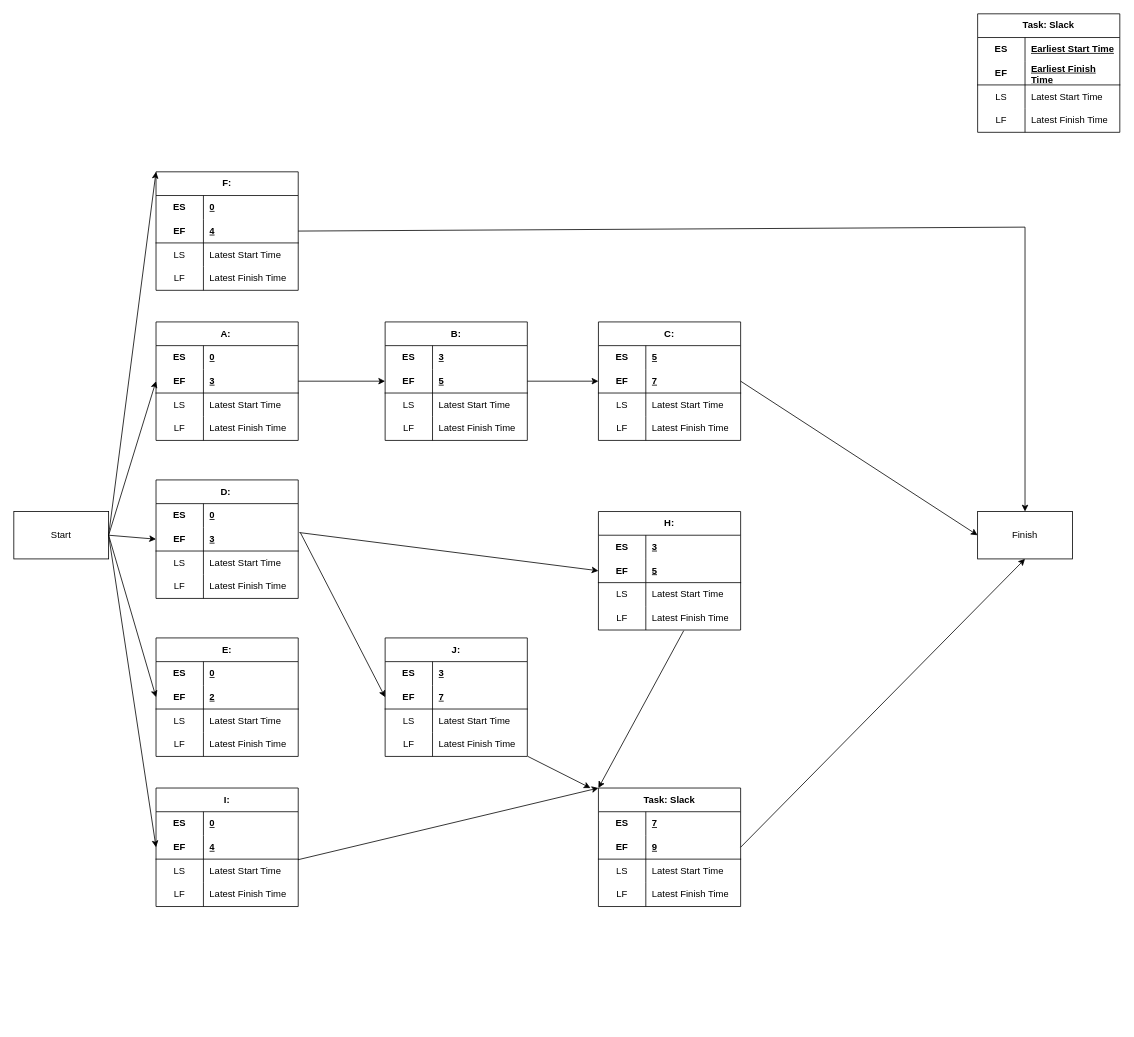
The draw.io diagram schedule.drawio in lushihui51/309_MiniGames, before the edit. Source tidied: cells renumbered, new cells numbered last; positions are measured from the earlier drawing's top-left corner, leaving out a move shared by most shapes. Both pictures are drawn from the tidied source at 79%, with x=0, y=0 at pixel (13, 13).
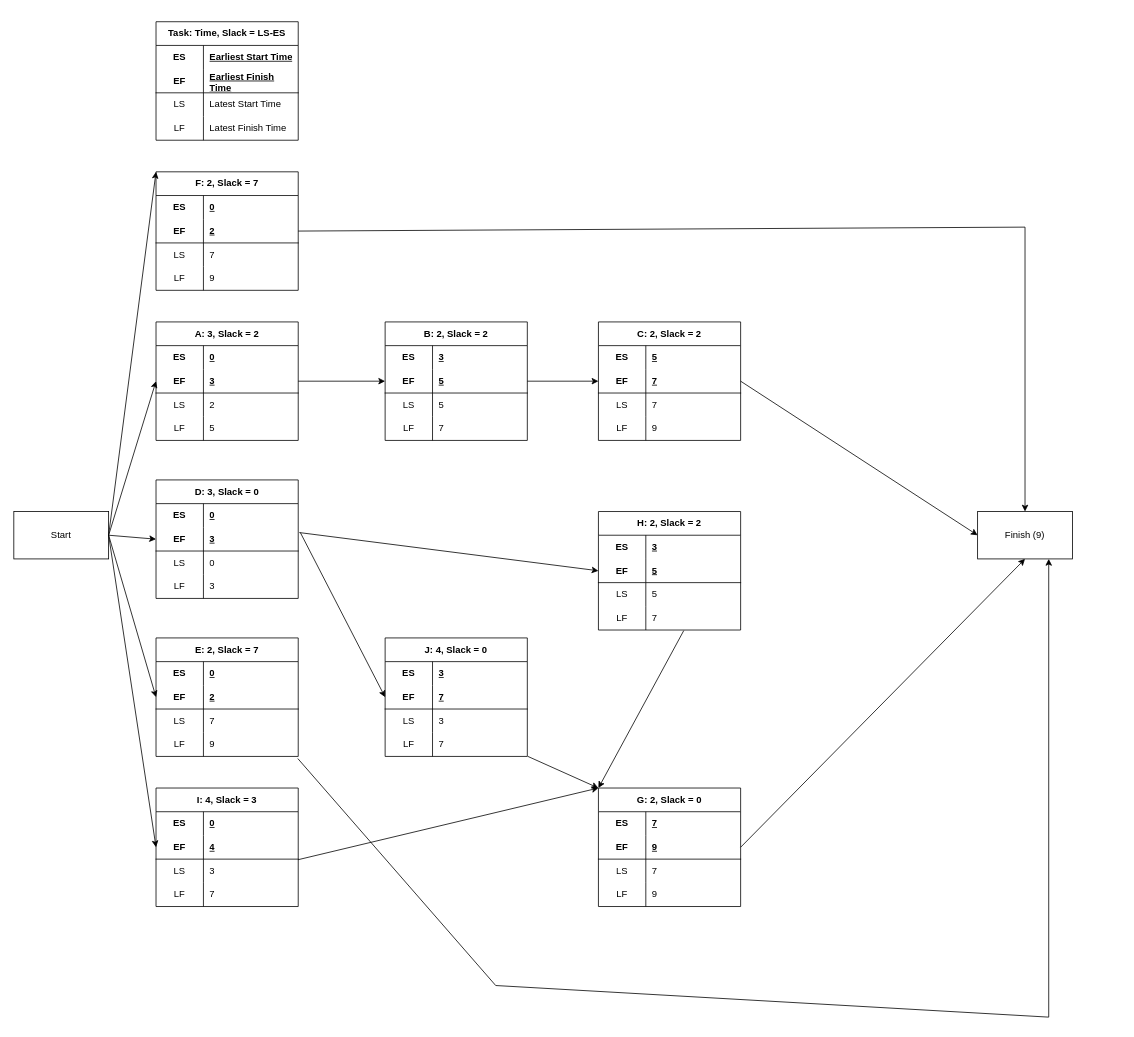
After the change.

Unchanged cells that the change refers to:
```xml
<mxCell id="23" style="shape=tableRow;horizontal=0;startSize=0;swimlaneHead=0;swimlaneBody=0;fillColor=none;top=0;left=0;right=0;bottom=0;html=1;" parent="16" vertex="1">
  <mxGeometry y="90" width="180" height="30" as="geometry" />
</mxCell>
<mxCell id="26" style="shape=tableRow;horizontal=0;startSize=0;swimlaneHead=0;swimlaneBody=0;fillColor=none;top=0;left=0;right=0;bottom=0;html=1;" parent="16" vertex="1">
  <mxGeometry y="120" width="180" height="30" as="geometry" />
</mxCell>
<mxCell id="36" style="shape=tableRow;horizontal=0;startSize=0;swimlaneHead=0;swimlaneBody=0;fillColor=none;top=0;left=0;right=0;bottom=0;html=1;" parent="29" vertex="1">
  <mxGeometry y="90" width="180" height="30" as="geometry" />
</mxCell>
<mxCell id="39" style="shape=tableRow;horizontal=0;startSize=0;swimlaneHead=0;swimlaneBody=0;fillColor=none;top=0;left=0;right=0;bottom=0;html=1;" parent="29" vertex="1">
  <mxGeometry y="120" width="180" height="30" as="geometry" />
</mxCell>
<mxCell id="49" style="shape=tableRow;horizontal=0;startSize=0;swimlaneHead=0;swimlaneBody=0;fillColor=none;top=0;left=0;right=0;bottom=0;html=1;" parent="42" vertex="1">
  <mxGeometry y="90" width="180" height="30" as="geometry" />
</mxCell>
<mxCell id="52" style="shape=tableRow;horizontal=0;startSize=0;swimlaneHead=0;swimlaneBody=0;fillColor=none;points=[[0,0.5],[1,0.5]];portConstraint=eastwest;top=0;left=0;right=0;bottom=0;html=1;" parent="42" vertex="1">
  <mxGeometry y="120" width="180" height="30" as="geometry" />
</mxCell>
<mxCell id="59" style="shape=tableRow;horizontal=0;startSize=0;swimlaneHead=0;swimlaneBody=0;fillColor=none;points=[[0,0.5],[1,0.5]];portConstraint=eastwest;top=0;left=0;right=0;bottom=1;html=1;" parent="55" vertex="1">
  <mxGeometry y="60" width="180" height="30" as="geometry" />
</mxCell>
<mxCell id="62" style="shape=tableRow;horizontal=0;startSize=0;swimlaneHead=0;swimlaneBody=0;fillColor=none;top=0;left=0;right=0;bottom=0;html=1;" parent="55" vertex="1">
  <mxGeometry y="90" width="180" height="30" as="geometry" />
</mxCell>
<mxCell id="65" style="shape=tableRow;horizontal=0;startSize=0;swimlaneHead=0;swimlaneBody=0;fillColor=none;top=0;left=0;right=0;bottom=0;html=1;" parent="55" vertex="1">
  <mxGeometry y="120" width="180" height="30" as="geometry" />
</mxCell>
<mxCell id="75" style="shape=tableRow;horizontal=0;startSize=0;swimlaneHead=0;swimlaneBody=0;fillColor=none;top=0;left=0;right=0;bottom=0;html=1;" parent="68" vertex="1">
  <mxGeometry y="90" width="180" height="30" as="geometry" />
</mxCell>
<mxCell id="78" style="shape=tableRow;horizontal=0;startSize=0;swimlaneHead=0;swimlaneBody=0;fillColor=none;top=0;left=0;right=0;bottom=0;html=1;" parent="68" vertex="1">
  <mxGeometry y="120" width="180" height="30" as="geometry" />
</mxCell>
<mxCell id="93" style="shape=tableRow;horizontal=0;startSize=0;swimlaneHead=0;swimlaneBody=0;fillColor=none;top=0;left=0;right=0;bottom=0;html=1;" parent="86" vertex="1">
  <mxGeometry y="90" width="180" height="30" as="geometry" />
</mxCell>
<mxCell id="96" style="shape=tableRow;horizontal=0;startSize=0;swimlaneHead=0;swimlaneBody=0;fillColor=none;top=0;left=0;right=0;bottom=0;html=1;" parent="86" vertex="1">
  <mxGeometry y="120" width="180" height="30" as="geometry" />
</mxCell>
<mxCell id="106" style="shape=tableRow;horizontal=0;startSize=0;swimlaneHead=0;swimlaneBody=0;fillColor=none;top=0;left=0;right=0;bottom=0;html=1;" parent="99" vertex="1">
  <mxGeometry y="90" width="180" height="30" as="geometry" />
</mxCell>
<mxCell id="109" style="shape=tableRow;horizontal=0;startSize=0;swimlaneHead=0;swimlaneBody=0;fillColor=none;top=0;left=0;right=0;bottom=0;html=1;" parent="99" vertex="1">
  <mxGeometry y="120" width="180" height="30" as="geometry" />
</mxCell>
<mxCell id="121" style="shape=tableRow;horizontal=0;startSize=0;swimlaneHead=0;swimlaneBody=0;fillColor=none;top=0;left=0;right=0;bottom=0;html=1;" parent="114" vertex="1">
  <mxGeometry y="90" width="180" height="30" as="geometry" />
</mxCell>
<mxCell id="124" style="shape=tableRow;horizontal=0;startSize=0;swimlaneHead=0;swimlaneBody=0;fillColor=none;points=[[0,0.5],[1,0.5]];portConstraint=eastwest;top=0;left=0;right=0;bottom=0;html=1;" parent="114" vertex="1">
  <mxGeometry y="120" width="180" height="30" as="geometry" />
</mxCell>
<mxCell id="134" style="shape=tableRow;horizontal=0;startSize=0;swimlaneHead=0;swimlaneBody=0;fillColor=none;top=0;left=0;right=0;bottom=0;html=1;" parent="127" vertex="1">
  <mxGeometry y="90" width="180" height="30" as="geometry" />
</mxCell>
<mxCell id="137" style="shape=tableRow;horizontal=0;startSize=0;swimlaneHead=0;swimlaneBody=0;fillColor=none;points=[[0,0.5],[1,0.5]];portConstraint=eastwest;top=0;left=0;right=0;bottom=0;html=1;" parent="127" vertex="1">
  <mxGeometry y="120" width="180" height="30" as="geometry" />
</mxCell>
<mxCell id="149" style="shape=tableRow;horizontal=0;startSize=0;swimlaneHead=0;swimlaneBody=0;fillColor=none;top=0;left=0;right=0;bottom=0;html=1;" parent="142" vertex="1">
  <mxGeometry y="90" width="180" height="30" as="geometry" />
</mxCell>
<mxCell id="152" style="shape=tableRow;horizontal=0;startSize=0;swimlaneHead=0;swimlaneBody=0;fillColor=none;top=0;left=0;right=0;bottom=0;html=1;" parent="142" vertex="1">
  <mxGeometry y="120" width="180" height="30" as="geometry" />
</mxCell>
```

What changed in the source:
```diff
@@
-    <mxCell id="3" value="Task: Slack" style="shape=table;startSize=30;childLayout=tableLayout;rowLines=0;fontStyle=1;align=center;html=1;whiteSpace=wrap;" parent="1" vertex="1">
-      <mxGeometry x="1220" width="180" height="150" as="geometry" />
+    <mxCell id="3" value="Task: Time, Slack = LS-ES" style="shape=table;startSize=30;childLayout=tableLayout;rowLines=0;fontStyle=1;align=center;html=1;whiteSpace=wrap;" parent="1" vertex="1">
+      <mxGeometry x="180" y="10" width="180" height="150" as="geometry" />
     </mxCell>
@@
-    <mxCell id="16" value="A:&amp;nbsp;" style="shape=table;startSize=30;childLayout=tableLayout;rowLines=0;fontStyle=1;align=center;html=1;whiteSpace=wrap;" parent="1" vertex="1">
+    <mxCell id="16" value="A: 3, Slack = 2" style="shape=table;startSize=30;childLayout=tableLayout;rowLines=0;fontStyle=1;align=center;html=1;whiteSpace=wrap;" parent="1" vertex="1">
       <mxGeometry x="180" y="390" width="180" height="150" as="geometry" />
     </mxCell>
@@
-    <mxCell id="25" value="Latest Start Time" style="shape=partialRectangle;fillColor=none;top=0;left=0;bottom=0;right=0;align=left;spacingLeft=6;overflow=hidden;html=1;whiteSpace=wrap;" parent="23" vertex="1">
+    <mxCell id="25" value="2" style="shape=partialRectangle;fillColor=none;top=0;left=0;bottom=0;right=0;align=left;spacingLeft=6;overflow=hidden;html=1;whiteSpace=wrap;" parent="23" vertex="1">
       <mxGeometry x="60" width="120" height="30" as="geometry" />
     </mxCell>
@@
-    <mxCell id="28" value="Latest Finish Time" style="shape=partialRectangle;fillColor=none;top=0;left=0;bottom=0;right=0;align=left;spacingLeft=6;overflow=hidden;html=1;whiteSpace=wrap;" parent="26" vertex="1">
+    <mxCell id="28" value="5" style="shape=partialRectangle;fillColor=none;top=0;left=0;bottom=0;right=0;align=left;spacingLeft=6;overflow=hidden;html=1;whiteSpace=wrap;" parent="26" vertex="1">
       <mxGeometry x="60" width="120" height="30" as="geometry" />
     </mxCell>
-    <mxCell id="29" value="D:&amp;nbsp;" style="shape=table;startSize=30;childLayout=tableLayout;rowLines=0;fontStyle=1;align=center;html=1;whiteSpace=wrap;" parent="1" vertex="1">
+    <mxCell id="29" value="D: 3, Slack = 0" style="shape=table;startSize=30;childLayout=tableLayout;rowLines=0;fontStyle=1;align=center;html=1;whiteSpace=wrap;" parent="1" vertex="1">
       <mxGeometry x="180" y="590" width="180" height="150" as="geometry" />
     </mxCell>
@@
-    <mxCell id="38" value="Latest Start Time" style="shape=partialRectangle;fillColor=none;top=0;left=0;bottom=0;right=0;align=left;spacingLeft=6;overflow=hidden;html=1;whiteSpace=wrap;" parent="36" vertex="1">
+    <mxCell id="38" value="0" style="shape=partialRectangle;fillColor=none;top=0;left=0;bottom=0;right=0;align=left;spacingLeft=6;overflow=hidden;html=1;whiteSpace=wrap;" parent="36" vertex="1">
       <mxGeometry x="60" width="120" height="30" as="geometry" />
     </mxCell>
@@
-    <mxCell id="41" value="Latest Finish Time" style="shape=partialRectangle;fillColor=none;top=0;left=0;bottom=0;right=0;align=left;spacingLeft=6;overflow=hidden;html=1;whiteSpace=wrap;" parent="39" vertex="1">
+    <mxCell id="41" value="3" style="shape=partialRectangle;fillColor=none;top=0;left=0;bottom=0;right=0;align=left;spacingLeft=6;overflow=hidden;html=1;whiteSpace=wrap;" parent="39" vertex="1">
       <mxGeometry x="60" width="120" height="30" as="geometry" />
     </mxCell>
-    <mxCell id="42" value="E:" style="shape=table;startSize=30;childLayout=tableLayout;rowLines=0;fontStyle=1;align=center;html=1;whiteSpace=wrap;" parent="1" vertex="1">
+    <mxCell id="42" value="E: 2, Slack = 7" style="shape=table;startSize=30;childLayout=tableLayout;rowLines=0;fontStyle=1;align=center;html=1;whiteSpace=wrap;" parent="1" vertex="1">
       <mxGeometry x="180" y="790" width="180" height="150" as="geometry" />
     </mxCell>
@@
-    <mxCell id="51" value="Latest Start Time" style="shape=partialRectangle;fillColor=none;top=0;left=0;bottom=0;right=0;align=left;spacingLeft=6;overflow=hidden;html=1;whiteSpace=wrap;" parent="49" vertex="1">
+    <mxCell id="51" value="7" style="shape=partialRectangle;fillColor=none;top=0;left=0;bottom=0;right=0;align=left;spacingLeft=6;overflow=hidden;html=1;whiteSpace=wrap;" parent="49" vertex="1">
       <mxGeometry x="60" width="120" height="30" as="geometry" />
     </mxCell>
@@
-    <mxCell id="54" value="Latest Finish Time" style="shape=partialRectangle;fillColor=none;top=0;left=0;bottom=0;right=0;align=left;spacingLeft=6;overflow=hidden;html=1;whiteSpace=wrap;" parent="52" vertex="1">
+    <mxCell id="54" value="9" style="shape=partialRectangle;fillColor=none;top=0;left=0;bottom=0;right=0;align=left;spacingLeft=6;overflow=hidden;html=1;whiteSpace=wrap;" parent="52" vertex="1">
       <mxGeometry x="60" width="120" height="30" as="geometry" />
     </mxCell>
-    <mxCell id="55" value="F:" style="shape=table;startSize=30;childLayout=tableLayout;rowLines=0;fontStyle=1;align=center;html=1;whiteSpace=wrap;" parent="1" vertex="1">
+    <mxCell id="55" value="F: 2, Slack = 7" style="shape=table;startSize=30;childLayout=tableLayout;rowLines=0;fontStyle=1;align=center;html=1;whiteSpace=wrap;" parent="1" vertex="1">
       <mxGeometry x="180" y="200" width="180" height="150" as="geometry" />
     </mxCell>
@@
-    <mxCell id="61" value="4" style="shape=partialRectangle;fillColor=none;top=0;left=0;bottom=0;right=0;align=left;spacingLeft=6;fontStyle=5;overflow=hidden;html=1;whiteSpace=wrap;" parent="59" vertex="1">
+    <mxCell id="61" value="2" style="shape=partialRectangle;fillColor=none;top=0;left=0;bottom=0;right=0;align=left;spacingLeft=6;fontStyle=5;overflow=hidden;html=1;whiteSpace=wrap;" parent="59" vertex="1">
       <mxGeometry x="60" width="120" height="30" as="geometry" />
     </mxCell>
@@
-    <mxCell id="64" value="Latest Start Time" style="shape=partialRectangle;fillColor=none;top=0;left=0;bottom=0;right=0;align=left;spacingLeft=6;overflow=hidden;html=1;whiteSpace=wrap;" parent="62" vertex="1">
+    <mxCell id="64" value="7" style="shape=partialRectangle;fillColor=none;top=0;left=0;bottom=0;right=0;align=left;spacingLeft=6;overflow=hidden;html=1;whiteSpace=wrap;" parent="62" vertex="1">
       <mxGeometry x="60" width="120" height="30" as="geometry" />
     </mxCell>
@@
-    <mxCell id="67" value="Latest Finish Time" style="shape=partialRectangle;fillColor=none;top=0;left=0;bottom=0;right=0;align=left;spacingLeft=6;overflow=hidden;html=1;whiteSpace=wrap;" parent="65" vertex="1">
+    <mxCell id="67" value="9" style="shape=partialRectangle;fillColor=none;top=0;left=0;bottom=0;right=0;align=left;spacingLeft=6;overflow=hidden;html=1;whiteSpace=wrap;" parent="65" vertex="1">
       <mxGeometry x="60" width="120" height="30" as="geometry" />
     </mxCell>
-    <mxCell id="68" value="I:" style="shape=table;startSize=30;childLayout=tableLayout;rowLines=0;fontStyle=1;align=center;html=1;whiteSpace=wrap;" parent="1" vertex="1">
+    <mxCell id="68" value="I: 4, Slack = 3" style="shape=table;startSize=30;childLayout=tableLayout;rowLines=0;fontStyle=1;align=center;html=1;whiteSpace=wrap;" parent="1" vertex="1">
       <mxGeometry x="180" y="980" width="180" height="150" as="geometry" />
     </mxCell>
@@
-    <mxCell id="77" value="Latest Start Time" style="shape=partialRectangle;fillColor=none;top=0;left=0;bottom=0;right=0;align=left;spacingLeft=6;overflow=hidden;html=1;whiteSpace=wrap;" parent="75" vertex="1">
+    <mxCell id="77" value="3" style="shape=partialRectangle;fillColor=none;top=0;left=0;bottom=0;right=0;align=left;spacingLeft=6;overflow=hidden;html=1;whiteSpace=wrap;" parent="75" vertex="1">
       <mxGeometry x="60" width="120" height="30" as="geometry" />
     </mxCell>
@@
-    <mxCell id="80" value="Latest Finish Time" style="shape=partialRectangle;fillColor=none;top=0;left=0;bottom=0;right=0;align=left;spacingLeft=6;overflow=hidden;html=1;whiteSpace=wrap;" parent="78" vertex="1">
+    <mxCell id="80" value="7" style="shape=partialRectangle;fillColor=none;top=0;left=0;bottom=0;right=0;align=left;spacingLeft=6;overflow=hidden;html=1;whiteSpace=wrap;" parent="78" vertex="1">
       <mxGeometry x="60" width="120" height="30" as="geometry" />
     </mxCell>
@@
-    <mxCell id="86" value="B:" style="shape=table;startSize=30;childLayout=tableLayout;rowLines=0;fontStyle=1;align=center;html=1;whiteSpace=wrap;" parent="1" vertex="1">
+    <mxCell id="86" value="B: 2, Slack = 2" style="shape=table;startSize=30;childLayout=tableLayout;rowLines=0;fontStyle=1;align=center;html=1;whiteSpace=wrap;" parent="1" vertex="1">
       <mxGeometry x="470" y="390" width="180" height="150" as="geometry" />
     </mxCell>
@@
-    <mxCell id="95" value="Latest Start Time" style="shape=partialRectangle;fillColor=none;top=0;left=0;bottom=0;right=0;align=left;spacingLeft=6;overflow=hidden;html=1;whiteSpace=wrap;" parent="93" vertex="1">
+    <mxCell id="95" value="5" style="shape=partialRectangle;fillColor=none;top=0;left=0;bottom=0;right=0;align=left;spacingLeft=6;overflow=hidden;html=1;whiteSpace=wrap;" parent="93" vertex="1">
       <mxGeometry x="60" width="120" height="30" as="geometry" />
     </mxCell>
@@
-    <mxCell id="98" value="Latest Finish Time" style="shape=partialRectangle;fillColor=none;top=0;left=0;bottom=0;right=0;align=left;spacingLeft=6;overflow=hidden;html=1;whiteSpace=wrap;" parent="96" vertex="1">
+    <mxCell id="98" value="7" style="shape=partialRectangle;fillColor=none;top=0;left=0;bottom=0;right=0;align=left;spacingLeft=6;overflow=hidden;html=1;whiteSpace=wrap;" parent="96" vertex="1">
       <mxGeometry x="60" width="120" height="30" as="geometry" />
     </mxCell>
-    <mxCell id="99" value="C:" style="shape=table;startSize=30;childLayout=tableLayout;rowLines=0;fontStyle=1;align=center;html=1;whiteSpace=wrap;" parent="1" vertex="1">
+    <mxCell id="99" value="C: 2, Slack = 2" style="shape=table;startSize=30;childLayout=tableLayout;rowLines=0;fontStyle=1;align=center;html=1;whiteSpace=wrap;" parent="1" vertex="1">
       <mxGeometry x="740" y="390" width="180" height="150" as="geometry" />
     </mxCell>
@@
-    <mxCell id="108" value="Latest Start Time" style="shape=partialRectangle;fillColor=none;top=0;left=0;bottom=0;right=0;align=left;spacingLeft=6;overflow=hidden;html=1;whiteSpace=wrap;" parent="106" vertex="1">
+    <mxCell id="108" value="7" style="shape=partialRectangle;fillColor=none;top=0;left=0;bottom=0;right=0;align=left;spacingLeft=6;overflow=hidden;html=1;whiteSpace=wrap;" parent="106" vertex="1">
       <mxGeometry x="60" width="120" height="30" as="geometry" />
     </mxCell>
@@
-    <mxCell id="111" value="Latest Finish Time" style="shape=partialRectangle;fillColor=none;top=0;left=0;bottom=0;right=0;align=left;spacingLeft=6;overflow=hidden;html=1;whiteSpace=wrap;" parent="109" vertex="1">
+    <mxCell id="111" value="9" style="shape=partialRectangle;fillColor=none;top=0;left=0;bottom=0;right=0;align=left;spacingLeft=6;overflow=hidden;html=1;whiteSpace=wrap;" parent="109" vertex="1">
       <mxGeometry x="60" width="120" height="30" as="geometry" />
     </mxCell>
@@
-    <mxCell id="114" value="H:" style="shape=table;startSize=30;childLayout=tableLayout;rowLines=0;fontStyle=1;align=center;html=1;whiteSpace=wrap;" parent="1" vertex="1">
+    <mxCell id="114" value="H: 2, Slack = 2" style="shape=table;startSize=30;childLayout=tableLayout;rowLines=0;fontStyle=1;align=center;html=1;whiteSpace=wrap;" parent="1" vertex="1">
       <mxGeometry x="740" y="630" width="180" height="150" as="geometry" />
     </mxCell>
@@
-    <mxCell id="123" value="Latest Start Time" style="shape=partialRectangle;fillColor=none;top=0;left=0;bottom=0;right=0;align=left;spacingLeft=6;overflow=hidden;html=1;whiteSpace=wrap;" parent="121" vertex="1">
+    <mxCell id="123" value="5" style="shape=partialRectangle;fillColor=none;top=0;left=0;bottom=0;right=0;align=left;spacingLeft=6;overflow=hidden;html=1;whiteSpace=wrap;" parent="121" vertex="1">
       <mxGeometry x="60" width="120" height="30" as="geometry" />
     </mxCell>
@@
-    <mxCell id="126" value="Latest Finish Time" style="shape=partialRectangle;fillColor=none;top=0;left=0;bottom=0;right=0;align=left;spacingLeft=6;overflow=hidden;html=1;whiteSpace=wrap;" parent="124" vertex="1">
+    <mxCell id="126" value="7" style="shape=partialRectangle;fillColor=none;top=0;left=0;bottom=0;right=0;align=left;spacingLeft=6;overflow=hidden;html=1;whiteSpace=wrap;" parent="124" vertex="1">
       <mxGeometry x="60" width="120" height="30" as="geometry" />
     </mxCell>
-    <mxCell id="127" value="J:" style="shape=table;startSize=30;childLayout=tableLayout;rowLines=0;fontStyle=1;align=center;html=1;whiteSpace=wrap;" parent="1" vertex="1">
+    <mxCell id="127" value="J: 4, Slack = 0" style="shape=table;startSize=30;childLayout=tableLayout;rowLines=0;fontStyle=1;align=center;html=1;whiteSpace=wrap;" parent="1" vertex="1">
       <mxGeometry x="470" y="790" width="180" height="150" as="geometry" />
     </mxCell>
@@
-    <mxCell id="136" value="Latest Start Time" style="shape=partialRectangle;fillColor=none;top=0;left=0;bottom=0;right=0;align=left;spacingLeft=6;overflow=hidden;html=1;whiteSpace=wrap;" parent="134" vertex="1">
+    <mxCell id="136" value="3" style="shape=partialRectangle;fillColor=none;top=0;left=0;bottom=0;right=0;align=left;spacingLeft=6;overflow=hidden;html=1;whiteSpace=wrap;" parent="134" vertex="1">
       <mxGeometry x="60" width="120" height="30" as="geometry" />
     </mxCell>
@@
-    <mxCell id="139" value="Latest Finish Time" style="shape=partialRectangle;fillColor=none;top=0;left=0;bottom=0;right=0;align=left;spacingLeft=6;overflow=hidden;html=1;whiteSpace=wrap;" parent="137" vertex="1">
+    <mxCell id="139" value="7" style="shape=partialRectangle;fillColor=none;top=0;left=0;bottom=0;right=0;align=left;spacingLeft=6;overflow=hidden;html=1;whiteSpace=wrap;" parent="137" vertex="1">
       <mxGeometry x="60" width="120" height="30" as="geometry" />
     </mxCell>
@@
-    <mxCell id="142" value="Task: Slack" style="shape=table;startSize=30;childLayout=tableLayout;rowLines=0;fontStyle=1;align=center;html=1;whiteSpace=wrap;" parent="1" vertex="1">
+    <mxCell id="142" value="G: 2, Slack = 0" style="shape=table;startSize=30;childLayout=tableLayout;rowLines=0;fontStyle=1;align=center;html=1;whiteSpace=wrap;" parent="1" vertex="1">
       <mxGeometry x="740" y="980" width="180" height="150" as="geometry" />
     </mxCell>
@@
-    <mxCell id="151" value="Latest Start Time" style="shape=partialRectangle;fillColor=none;top=0;left=0;bottom=0;right=0;align=left;spacingLeft=6;overflow=hidden;html=1;whiteSpace=wrap;" parent="149" vertex="1">
+    <mxCell id="151" value="7" style="shape=partialRectangle;fillColor=none;top=0;left=0;bottom=0;right=0;align=left;spacingLeft=6;overflow=hidden;html=1;whiteSpace=wrap;" parent="149" vertex="1">
       <mxGeometry x="60" width="120" height="30" as="geometry" />
     </mxCell>
@@
-    <mxCell id="154" value="Latest Finish Time" style="shape=partialRectangle;fillColor=none;top=0;left=0;bottom=0;right=0;align=left;spacingLeft=6;overflow=hidden;html=1;whiteSpace=wrap;" parent="152" vertex="1">
+    <mxCell id="154" value="9" style="shape=partialRectangle;fillColor=none;top=0;left=0;bottom=0;right=0;align=left;spacingLeft=6;overflow=hidden;html=1;whiteSpace=wrap;" parent="152" vertex="1">
       <mxGeometry x="60" width="120" height="30" as="geometry" />
     </mxCell>
@@
-    <mxCell id="156" style="endArrow=classic;html=1;rounded=0;exitX=1.003;exitY=0.997;exitDx=0;exitDy=0;exitPerimeter=0;" parent="1" edge="1" source="137">
-      <mxGeometry relative="1" as="geometry">
-        <mxPoint x="730" y="980" as="targetPoint" />
-      </mxGeometry>
+    <mxCell id="156" style="endArrow=classic;html=1;rounded=0;exitX=1.003;exitY=0.997;exitDx=0;exitDy=0;exitPerimeter=0;entryX=0;entryY=0;entryDx=0;entryDy=0;" parent="1" edge="1" source="137" target="142">
+      <mxGeometry relative="1" as="geometry" />
     </mxCell>
@@
-    <mxCell id="158" value="Finish" style="rounded=0;whiteSpace=wrap;html=1;" parent="1" vertex="1">
+    <mxCell id="158" value="Finish (9)" style="rounded=0;whiteSpace=wrap;html=1;" parent="1" vertex="1">
       <mxGeometry x="1220" y="630" width="120" height="60" as="geometry" />
     </mxCell>
@@
+    <mxCell id="162" style="endArrow=classic;html=1;rounded=0;exitX=0.997;exitY=1.089;exitDx=0;exitDy=0;exitPerimeter=0;entryX=0.75;entryY=1;entryDx=0;entryDy=0;" parent="1" edge="1" source="52" target="158">
+      <mxGeometry relative="1" as="geometry">
+        <Array as="points">
+          <mxPoint x="610" y="1230" />
+          <mxPoint x="1310" y="1270" />
+        </Array>
+      </mxGeometry>
+    </mxCell>
```
